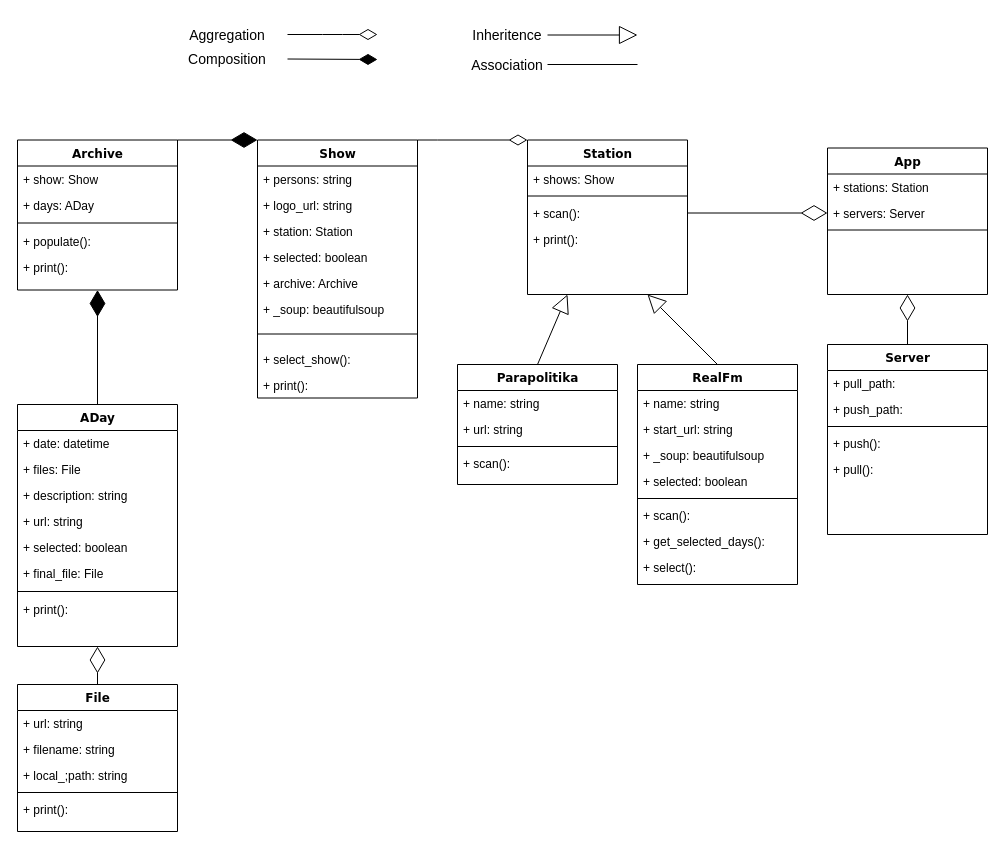
This is uml.drawio from di-kan/radiosync, a draw.io file, before an edit. Source tidied: cells renumbered, new cells numbered last; positions are measured from the earlier drawing's top-left corner, leaving out a move shared by most shapes. Both pictures are drawn from the tidied source at 100%, with x=0, y=0 at pixel (17, 20).
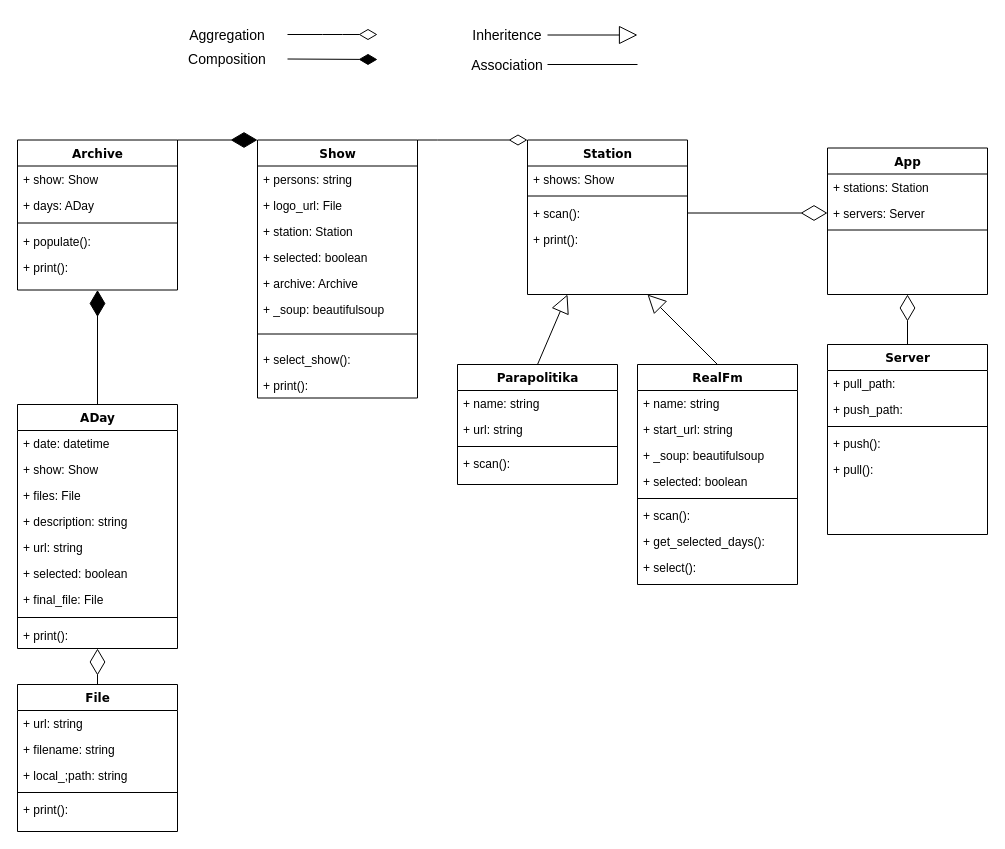
After the change.

Commit message (it also covers changes not shown here):
Fixed bug when application launches and network connection is not available

The change refers to these unchanged cells:
```xml
<mxCell id="2" value="Show" style="swimlane;html=1;fontStyle=1;align=center;verticalAlign=top;horizontal=1;startSize=26;swimlaneFillColor=#ffffff;rounded=0;shadow=0;comic=0;labelBackgroundColor=none;strokeWidth=1;fillColor=none;fontFamily=Verdana;fontSize=12;" parent="1" vertex="1">
  <mxGeometry x="240" y="119.5" width="160" height="258" as="geometry" />
</mxCell>
```

Change to the diagram source:
```diff
@@
-    <mxCell id="4" value="+ logo_url: string" style="text;html=1;strokeColor=none;fillColor=none;align=left;verticalAlign=top;spacingLeft=4;spacingRight=4;whiteSpace=wrap;overflow=hidden;" parent="2" vertex="1">
+    <mxCell id="4" value="+ logo_url: File" style="text;html=1;strokeColor=none;fillColor=none;align=left;verticalAlign=top;spacingLeft=4;spacingRight=4;whiteSpace=wrap;overflow=hidden;" parent="2" vertex="1">
       <mxGeometry y="52" width="160" height="26" as="geometry" />
     </mxCell>
@@
     <mxCell id="61" value="ADay" style="swimlane;html=1;fontStyle=1;align=center;verticalAlign=top;horizontal=1;startSize=26;swimlaneFillColor=#ffffff;rounded=0;shadow=0;comic=0;labelBackgroundColor=none;strokeWidth=1;fillColor=none;fontFamily=Verdana;fontSize=12;" parent="1" vertex="1">
-      <mxGeometry y="384" width="160" height="242" as="geometry" />
+      <mxGeometry y="384" width="160" height="244" as="geometry" />
     </mxCell>
@@
+    <mxCell id="78" value="+ show: Show" style="text;html=1;strokeColor=none;fillColor=none;align=left;verticalAlign=top;spacingLeft=4;spacingRight=4;whiteSpace=wrap;overflow=hidden;" parent="61" vertex="1">
+      <mxGeometry y="52" width="160" height="26" as="geometry" />
+    </mxCell>
     <mxCell id="63" value="+ files: File" style="text;html=1;strokeColor=none;fillColor=none;align=left;verticalAlign=top;spacingLeft=4;spacingRight=4;whiteSpace=wrap;overflow=hidden;" parent="61" vertex="1">
-      <mxGeometry y="52" width="160" height="26" as="geometry" />
+      <mxGeometry y="78" width="160" height="26" as="geometry" />
     </mxCell>
     <mxCell id="64" value="+ description: string" style="text;html=1;strokeColor=none;fillColor=none;align=left;verticalAlign=top;spacingLeft=4;spacingRight=4;whiteSpace=wrap;overflow=hidden;" parent="61" vertex="1">
-      <mxGeometry y="78" width="160" height="26" as="geometry" />
+      <mxGeometry y="104" width="160" height="26" as="geometry" />
     </mxCell>
     <mxCell id="65" value="+ url: string" style="text;html=1;strokeColor=none;fillColor=none;align=left;verticalAlign=top;spacingLeft=4;spacingRight=4;whiteSpace=wrap;overflow=hidden;" parent="61" vertex="1">
-      <mxGeometry y="104" width="160" height="26" as="geometry" />
+      <mxGeometry y="130" width="160" height="26" as="geometry" />
     </mxCell>
     <mxCell id="66" value="+ selected: boolean" style="text;html=1;strokeColor=none;fillColor=none;align=left;verticalAlign=top;spacingLeft=4;spacingRight=4;whiteSpace=wrap;overflow=hidden;" parent="61" vertex="1">
-      <mxGeometry y="130" width="160" height="26" as="geometry" />
+      <mxGeometry y="156" width="160" height="26" as="geometry" />
     </mxCell>
     <mxCell id="67" value="+ final_file: File" style="text;html=1;strokeColor=none;fillColor=none;align=left;verticalAlign=top;spacingLeft=4;spacingRight=4;whiteSpace=wrap;overflow=hidden;" parent="61" vertex="1">
-      <mxGeometry y="156" width="160" height="26" as="geometry" />
+      <mxGeometry y="182" width="160" height="26" as="geometry" />
     </mxCell>
     <mxCell id="68" style="line;html=1;strokeWidth=1;fillColor=none;align=left;verticalAlign=middle;spacingTop=-1;spacingLeft=3;spacingRight=3;labelPosition=right;" parent="61" vertex="1">
-      <mxGeometry y="182" width="160" height="10" as="geometry" />
+      <mxGeometry y="208" width="160" height="10" as="geometry" />
     </mxCell>
     <mxCell id="69" value="+ print():&amp;nbsp;" style="text;html=1;strokeColor=none;fillColor=none;align=left;verticalAlign=top;spacingLeft=4;spacingRight=4;whiteSpace=wrap;overflow=hidden;" parent="61" vertex="1">
-      <mxGeometry y="192" width="160" height="26" as="geometry" />
+      <mxGeometry y="218" width="160" height="26" as="geometry" />
     </mxCell>
```
